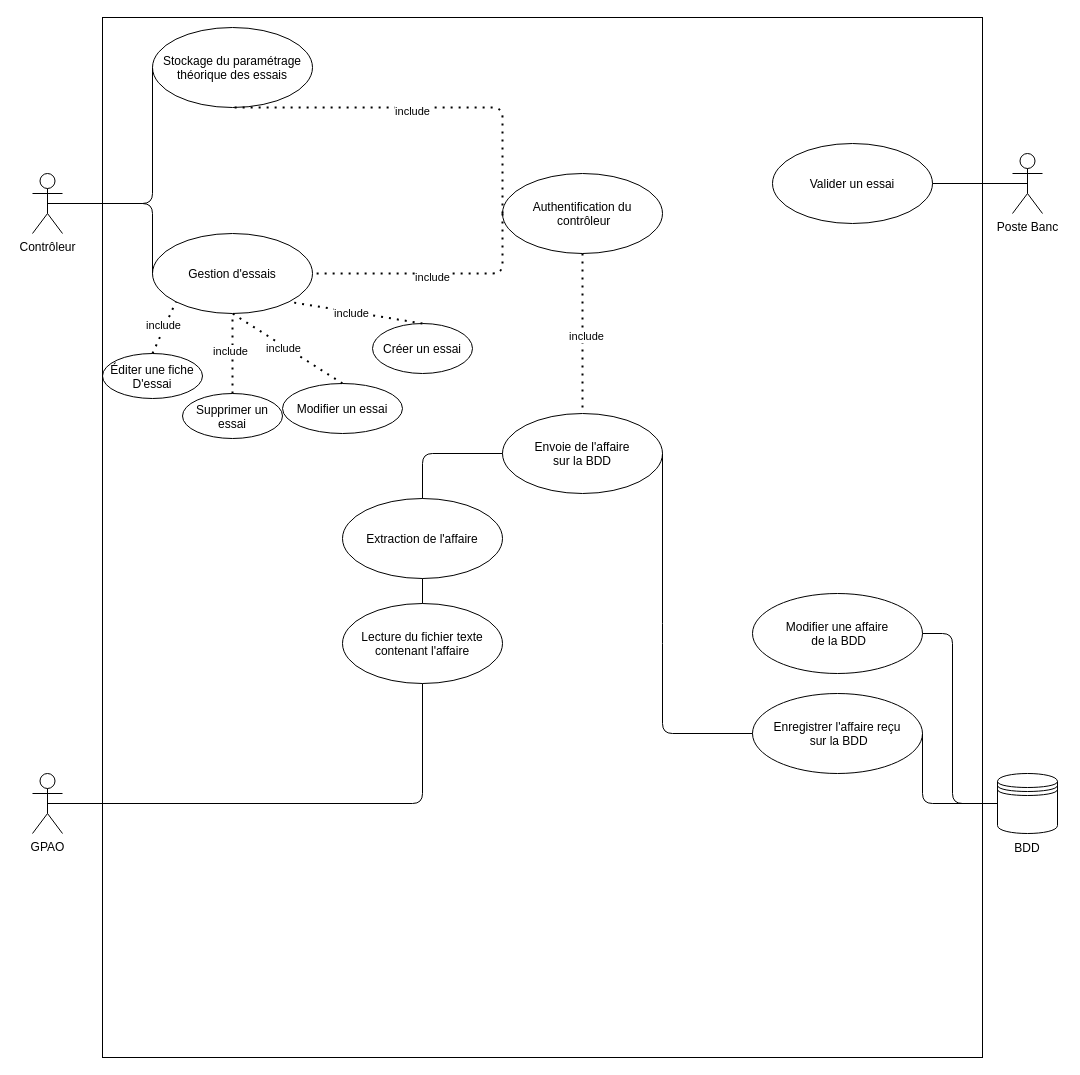
This is Analyse/Hugo/diagrammeDUtilisationHugo.drawio from MRCThomas/testDeVerinSurBancHydraulique, a draw.io file, before an edit. Source tidied: cells renumbered, new cells numbered last; positions are measured from the earlier drawing's top-left corner, leaving out a move shared by most shapes. Both pictures are drawn from the tidied source at 100%, with x=0, y=0 at pixel (32, 17).
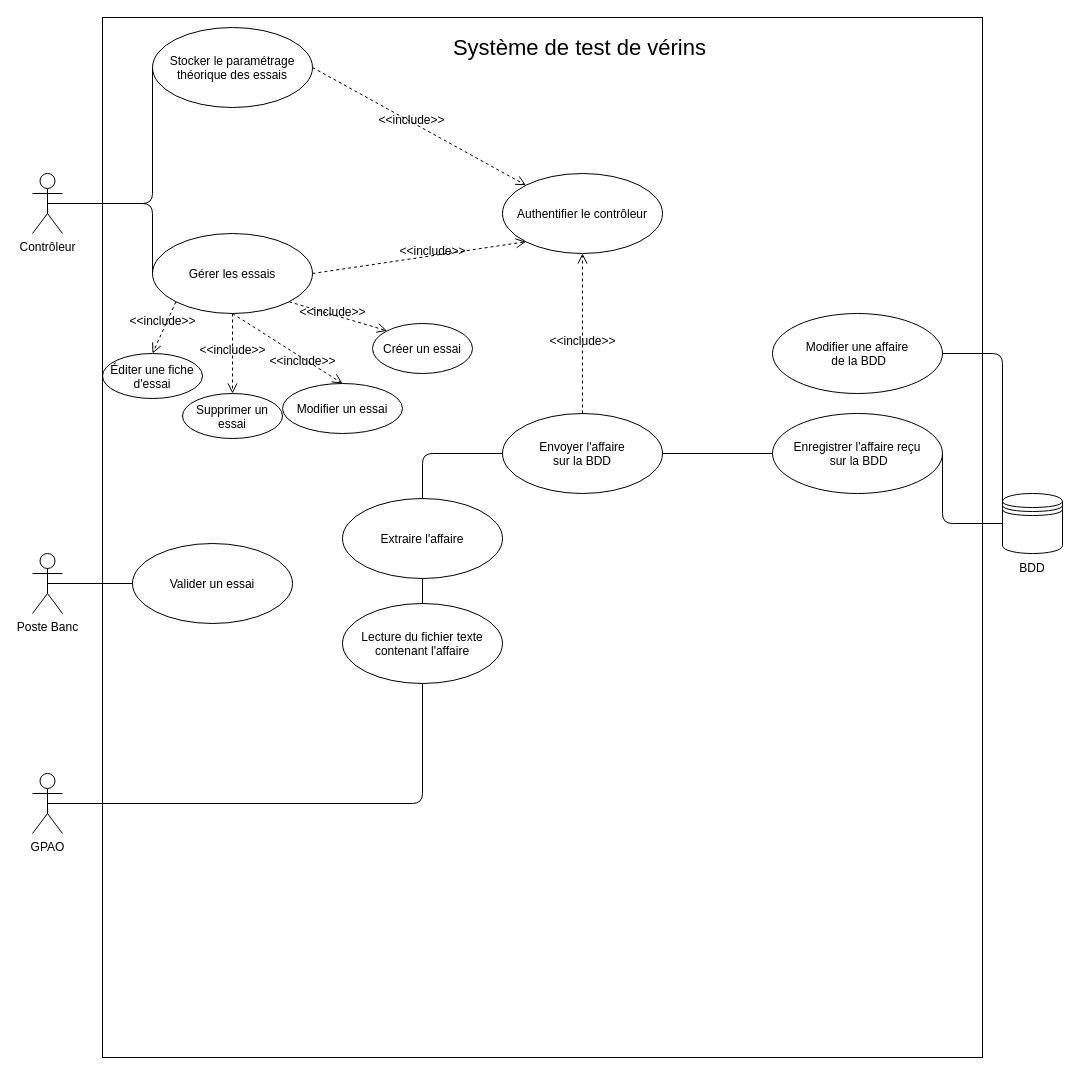
The same page after the edit.

Commit message:
UseCase Personnel

Modification des liaisons du Usecase + Reformulation des actions + Déplacement d'acteur

Unchanged cells that the change refers to:
```xml
<mxCell id="30" value="Créer un essai" style="ellipse;fillColor=none;" parent="1" vertex="1">
  <mxGeometry x="340" y="306" width="100" height="50" as="geometry" />
</mxCell>
<mxCell id="31" value="Modifier un essai" style="ellipse;fillColor=none;" parent="1" vertex="1">
  <mxGeometry x="250" y="366" width="120" height="50" as="geometry" />
</mxCell>
<mxCell id="33" value="Supprimer un &#10;essai" style="ellipse;fillColor=none;" parent="1" vertex="1">
  <mxGeometry x="150" y="376" width="100" height="45" as="geometry" />
</mxCell>
```

What changed in the source:
```diff
@@
     <mxCell id="3" value="Poste Banc" style="shape=umlActor;html=1;verticalLabelPosition=bottom;verticalAlign=top;align=center;" parent="1" vertex="1">
-      <mxGeometry x="980" y="136" width="30" height="60" as="geometry" />
+      <mxGeometry y="536" width="30" height="60" as="geometry" />
     </mxCell>
@@
     <mxCell id="6" style="shape=datastore;whiteSpace=wrap;html=1;" parent="1" vertex="1">
-      <mxGeometry x="965" y="756" width="60" height="60" as="geometry" />
+      <mxGeometry x="970" y="476" width="60" height="60" as="geometry" />
     </mxCell>
     <mxCell id="7" value="BDD" style="text;html=1;strokeColor=none;fillColor=none;align=center;verticalAlign=middle;whiteSpace=wrap;rounded=0;" parent="1" vertex="1">
-      <mxGeometry x="965" y="816" width="60" height="30" as="geometry" />
+      <mxGeometry x="970" y="536" width="60" height="30" as="geometry" />
     </mxCell>
@@
     <mxCell id="10" style="endArrow=none;html=1;exitX=1;exitY=0.5;exitDx=0;exitDy=0;entryX=0;entryY=0.5;entryDx=0;entryDy=0;" parent="1" edge="1" source="12" target="17">
       <mxGeometry relative="1" as="geometry">
         <Array as="points">
-          <mxPoint x="630" y="616" />
-          <mxPoint x="630" y="716" />
+          <mxPoint x="714.5" y="436" />
         </Array>
       </mxGeometry>
     </mxCell>
-    <mxCell id="11" value="include" style="endArrow=none;dashed=1;html=1;dashPattern=1 3;strokeWidth=2;entryX=0.5;entryY=0;entryDx=0;entryDy=0;exitX=0.5;exitY=1;exitDx=0;exitDy=0;" parent="1" edge="1" source="13" target="12">
-      <mxGeometry x="0.04" y="4" relative="1" as="geometry" />
-    </mxCell>
-    <mxCell id="12" value="Envoie de l'affaire&#10;sur la BDD" style="ellipse;fillColor=none;" parent="1" vertex="1">
+    <mxCell id="12" value="Envoyer l'affaire&#10;sur la BDD" style="ellipse;fillColor=none;" parent="1" vertex="1">
       <mxGeometry x="470" y="396" width="160" height="80" as="geometry" />
     </mxCell>
-    <mxCell id="13" value="Authentification du&#10; contrôleur" style="ellipse;fillColor=none;" parent="1" vertex="1">
+    <mxCell id="13" value="Authentifier le contrôleur" style="ellipse;fillColor=none;" parent="1" vertex="1">
       <mxGeometry x="470" y="156" width="160" height="80" as="geometry" />
     </mxCell>
@@
     <mxCell id="15" value="Modifier une affaire&#10; de la BDD" style="ellipse;fillColor=none;" parent="1" vertex="1">
-      <mxGeometry x="720" y="576" width="170" height="80" as="geometry" />
+      <mxGeometry x="740" y="296" width="170" height="80" as="geometry" />
     </mxCell>
     <mxCell id="16" style="endArrow=none;html=1;exitX=0;exitY=0.5;exitDx=0;exitDy=0;entryX=1;entryY=0.5;entryDx=0;entryDy=0;" parent="1" edge="1" source="6" target="15">
       <mxGeometry relative="1" as="geometry">
         <Array as="points">
-          <mxPoint x="920" y="786" />
-          <mxPoint x="920" y="616" />
+          <mxPoint x="970" y="336" />
         </Array>
       </mxGeometry>
     </mxCell>
     <mxCell id="17" value="Enregistrer l'affaire reçu&#10; sur la BDD" style="ellipse;fillColor=none;" parent="1" vertex="1">
-      <mxGeometry x="720" y="676" width="170" height="80" as="geometry" />
+      <mxGeometry x="740" y="396" width="170" height="80" as="geometry" />
     </mxCell>
     <mxCell id="18" style="endArrow=none;html=1;entryX=1;entryY=0.5;entryDx=0;entryDy=0;exitX=0;exitY=0.5;exitDx=0;exitDy=0;" parent="1" edge="1" source="6" target="17">
       <mxGeometry relative="1" as="geometry">
         <Array as="points">
-          <mxPoint x="890" y="786" />
+          <mxPoint x="910" y="506" />
         </Array>
       </mxGeometry>
     </mxCell>
-    <mxCell id="19" value="Stockage du paramétrage&#10;théorique des essais" style="ellipse;fillColor=none;" parent="1" vertex="1">
+    <mxCell id="19" value="Stocker le paramétrage&#10;théorique des essais" style="ellipse;fillColor=none;" parent="1" vertex="1">
       <mxGeometry x="120" y="10" width="160" height="80" as="geometry" />
     </mxCell>
@@
-    <mxCell id="21" value="include" style="endArrow=none;dashed=1;html=1;dashPattern=1 3;strokeWidth=2;entryX=0.5;entryY=1;entryDx=0;entryDy=0;exitX=0;exitY=0.5;exitDx=0;exitDy=0;" parent="1" edge="1" source="13" target="19">
-      <mxGeometry x="0.04" y="4" relative="1" as="geometry">
-        <Array as="points">
-          <mxPoint x="470" y="90" />
-        </Array>
-      </mxGeometry>
-    </mxCell>
-    <mxCell id="22" value="Gestion d'essais" style="ellipse;fillColor=none;" parent="1" vertex="1">
+    <mxCell id="22" value="Gérer les essais" style="ellipse;fillColor=none;" parent="1" vertex="1">
       <mxGeometry x="120" y="216" width="160" height="80" as="geometry" />
     </mxCell>
@@
-    <mxCell id="24" value="include" style="endArrow=none;dashed=1;html=1;dashPattern=1 3;strokeWidth=2;entryX=1;entryY=0.5;entryDx=0;entryDy=0;exitX=0;exitY=0.5;exitDx=0;exitDy=0;" parent="1" edge="1" source="13" target="22">
-      <mxGeometry x="0.04" y="4" relative="1" as="geometry">
-        <Array as="points">
-          <mxPoint x="470" y="256" />
-        </Array>
-      </mxGeometry>
-    </mxCell>
     <mxCell id="25" value="Valider un essai" style="ellipse;fillColor=none;" parent="1" vertex="1">
-      <mxGeometry x="740" y="126" width="160" height="80" as="geometry" />
+      <mxGeometry x="100" y="526" width="160" height="80" as="geometry" />
     </mxCell>
-    <mxCell id="26" style="endArrow=none;html=1;entryX=0.5;entryY=0.5;entryDx=0;entryDy=0;entryPerimeter=0;exitX=1;exitY=0.5;exitDx=0;exitDy=0;" parent="1" edge="1" source="25" target="3">
+    <mxCell id="26" style="endArrow=none;html=1;entryX=0.5;entryY=0.5;entryDx=0;entryDy=0;entryPerimeter=0;exitX=0;exitY=0.5;exitDx=0;exitDy=0;" parent="1" edge="1" source="25" target="3">
       <mxGeometry relative="1" as="geometry" />
     </mxCell>
-    <mxCell id="27" value="Extraction de l'affaire" style="ellipse;fillColor=none;" parent="1" vertex="1">
+    <mxCell id="27" value="Extraire l'affaire" style="ellipse;fillColor=none;" parent="1" vertex="1">
       <mxGeometry x="310" y="481" width="160" height="80" as="geometry" />
     </mxCell>
@@
-    <mxCell id="29" value="include" style="endArrow=none;dashed=1;html=1;dashPattern=1 3;strokeWidth=2;entryX=1;entryY=1;entryDx=0;entryDy=0;exitX=0.5;exitY=0;exitDx=0;exitDy=0;" parent="1" edge="1" source="30" target="22">
-      <mxGeometry x="0.06" y="2" relative="1" as="geometry" />
-    </mxCell>
@@
-    <mxCell id="32" value="include" style="endArrow=none;dashed=1;html=1;dashPattern=1 3;strokeWidth=2;entryX=0.5;entryY=1;entryDx=0;entryDy=0;exitX=0.5;exitY=0;exitDx=0;exitDy=0;" parent="1" edge="1" source="31" target="22">
-      <mxGeometry x="0.06" y="2" relative="1" as="geometry" />
-    </mxCell>
@@
-    <mxCell id="34" value="Éditer une fiche&#10;D'essai" style="ellipse;fillColor=none;" parent="1" vertex="1">
+    <mxCell id="34" value="Éditer une fiche&#10;d'essai" style="ellipse;fillColor=none;" parent="1" vertex="1">
       <mxGeometry x="70" y="336" width="100" height="45" as="geometry" />
     </mxCell>
-    <mxCell id="35" value="include" style="endArrow=none;dashed=1;html=1;dashPattern=1 3;strokeWidth=2;entryX=0;entryY=1;entryDx=0;entryDy=0;exitX=0.5;exitY=0;exitDx=0;exitDy=0;" parent="1" edge="1" source="34" target="22">
-      <mxGeometry x="0.06" y="2" relative="1" as="geometry" />
-    </mxCell>
-    <mxCell id="36" value="include" style="endArrow=none;dashed=1;html=1;dashPattern=1 3;strokeWidth=2;entryX=0.5;entryY=1;entryDx=0;entryDy=0;exitX=0.5;exitY=0;exitDx=0;exitDy=0;" parent="1" edge="1" source="33" target="22">
-      <mxGeometry x="0.06" y="2" relative="1" as="geometry" />
-    </mxCell>
+    <mxCell id="37" value="&lt;font style=&quot;font-size: 22px&quot;&gt;Système de test de vérins&amp;nbsp;&lt;/font&gt;" style="text;html=1;strokeColor=none;fillColor=none;align=center;verticalAlign=middle;whiteSpace=wrap;rounded=0;" parent="1" vertex="1">
+      <mxGeometry x="385.5" y="16" width="329" height="30" as="geometry" />
+    </mxCell>
+    <mxCell id="38" value="&lt;font style=&quot;font-size: 12px&quot;&gt;&amp;lt;&amp;lt;include&amp;gt;&amp;gt;&lt;/font&gt;" style="endArrow=open;startArrow=none;endFill=0;startFill=0;endSize=8;html=1;verticalAlign=bottom;dashed=1;labelBackgroundColor=none;fontSize=22;entryX=0.5;entryY=1;entryDx=0;entryDy=0;exitX=0.5;exitY=0;exitDx=0;exitDy=0;" parent="1" edge="1" source="12" target="13">
+      <mxGeometry x="-0.25" relative="1" as="geometry" />
+    </mxCell>
+    <mxCell id="39" value="&lt;font style=&quot;font-size: 12px&quot;&gt;&amp;lt;&amp;lt;include&amp;gt;&amp;gt;&lt;/font&gt;" style="endArrow=open;startArrow=none;endFill=0;startFill=0;endSize=8;html=1;verticalAlign=bottom;dashed=1;labelBackgroundColor=none;fontSize=22;entryX=0;entryY=1;entryDx=0;entryDy=0;exitX=1;exitY=0.5;exitDx=0;exitDy=0;" parent="1" edge="1" source="22" target="13">
+      <mxGeometry x="0.11" y="-8" relative="1" as="geometry" />
+    </mxCell>
+    <mxCell id="40" value="&lt;font style=&quot;font-size: 12px&quot;&gt;&amp;lt;&amp;lt;include&amp;gt;&amp;gt;&lt;/font&gt;" style="endArrow=open;startArrow=none;endFill=0;startFill=0;endSize=8;html=1;verticalAlign=bottom;dashed=1;labelBackgroundColor=none;fontSize=22;entryX=0;entryY=0;entryDx=0;entryDy=0;exitX=1;exitY=0.5;exitDx=0;exitDy=0;" parent="1" edge="1" source="19" target="13">
+      <mxGeometry x="-0.02" y="-9" relative="1" as="geometry">
+        <mxPoint x="-1" as="offset" />
+      </mxGeometry>
+    </mxCell>
+    <mxCell id="41" value="&lt;font style=&quot;font-size: 12px&quot;&gt;&amp;lt;&amp;lt;include&amp;gt;&amp;gt;&lt;/font&gt;" style="endArrow=open;startArrow=none;endFill=0;startFill=0;endSize=8;html=1;verticalAlign=bottom;dashed=1;labelBackgroundColor=none;fontSize=22;entryX=0;entryY=0;entryDx=0;entryDy=0;exitX=1;exitY=1;exitDx=0;exitDy=0;" parent="1" edge="1" source="22" target="30">
+      <mxGeometry x="-0.07" y="-8" relative="1" as="geometry">
+        <mxPoint y="1" as="offset" />
+      </mxGeometry>
+    </mxCell>
+    <mxCell id="42" value="&lt;font style=&quot;font-size: 12px&quot;&gt;&amp;lt;&amp;lt;include&amp;gt;&amp;gt;&lt;/font&gt;" style="endArrow=open;startArrow=none;endFill=0;startFill=0;endSize=8;html=1;verticalAlign=bottom;dashed=1;labelBackgroundColor=none;fontSize=22;entryX=0.5;entryY=0;entryDx=0;entryDy=0;exitX=0.5;exitY=1;exitDx=0;exitDy=0;" parent="1" edge="1" source="22" target="31">
+      <mxGeometry x="0.4" y="-13" relative="1" as="geometry" />
+    </mxCell>
+    <mxCell id="43" value="&lt;font style=&quot;font-size: 12px&quot;&gt;&amp;lt;&amp;lt;include&amp;gt;&amp;gt;&lt;/font&gt;" style="endArrow=open;startArrow=none;endFill=0;startFill=0;endSize=8;html=1;verticalAlign=bottom;dashed=1;labelBackgroundColor=none;fontSize=22;entryX=0.5;entryY=0;entryDx=0;entryDy=0;exitX=0.5;exitY=1;exitDx=0;exitDy=0;" parent="1" edge="1" source="22" target="33">
+      <mxGeometry x="0.25" relative="1" as="geometry">
+        <mxPoint y="-1" as="offset" />
+      </mxGeometry>
+    </mxCell>
+    <mxCell id="44" value="&lt;font style=&quot;font-size: 12px&quot;&gt;&amp;lt;&amp;lt;include&amp;gt;&amp;gt;&lt;/font&gt;" style="endArrow=open;startArrow=none;endFill=0;startFill=0;endSize=8;html=1;verticalAlign=bottom;dashed=1;labelBackgroundColor=none;fontSize=22;entryX=0.5;entryY=0;entryDx=0;entryDy=0;exitX=0;exitY=1;exitDx=0;exitDy=0;" parent="1" edge="1" source="22" target="34">
+      <mxGeometry x="0.21" y="1" relative="1" as="geometry" />
+    </mxCell>
```
